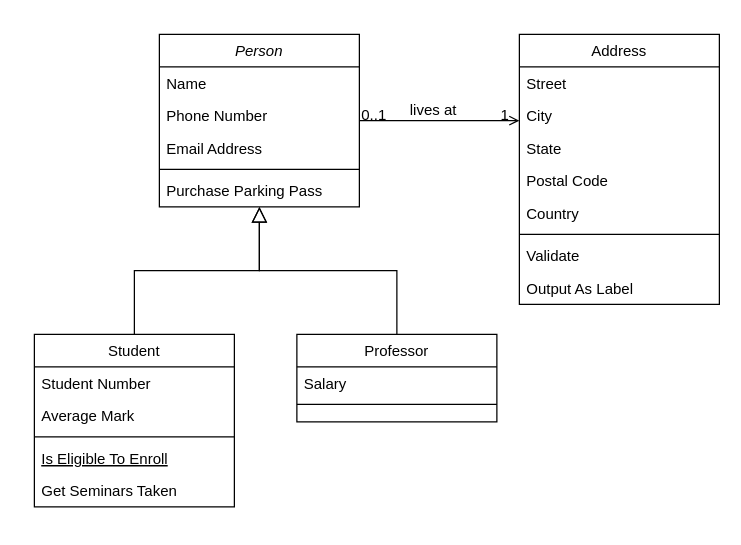
The draw.io diagram Diagrama sem nome.drawio in Emanuelly0ventura/aula-java, before the edit. Source tidied: cells renumbered, new cells numbered last; positions are measured from the earlier drawing's top-left corner, leaving out a move shared by most shapes. Both pictures are drawn from the tidied source at 125%, with x=0, y=0 at pixel (34, 34).
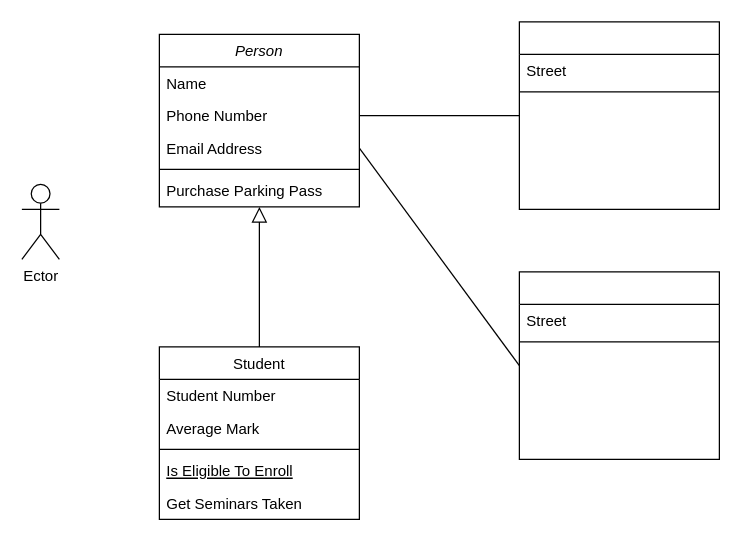
The same diagram, later.

Unchanged cells that the change refers to:
```xml
<mxCell id="2" value="Person" style="swimlane;fontStyle=2;align=center;verticalAlign=top;horizontal=1;startSize=26;rounded=0;shadow=0;strokeWidth=1;" parent="1" vertex="1">
  <mxGeometry x="100" width="160" height="138" as="geometry" />
</mxCell>
<mxCell id="4" value="Phone Number" style="text;align=left;verticalAlign=top;spacingLeft=4;spacingRight=4;overflow=hidden;points=[[0,0.5],[1,0.5]];portConstraint=eastwest;rounded=0;shadow=0;html=0;" parent="2" vertex="1">
  <mxGeometry y="52" width="160" height="26" as="geometry" />
</mxCell>
<mxCell id="5" value="Email Address" style="text;align=left;verticalAlign=top;spacingLeft=4;spacingRight=4;overflow=hidden;points=[[0,0.5],[1,0.5]];portConstraint=eastwest;rounded=0;shadow=0;html=0;" parent="2" vertex="1">
  <mxGeometry y="78" width="160" height="26" as="geometry" />
</mxCell>
```

The edit, as a diff of the source:
```diff
@@
     <mxCell id="8" value="Student" style="swimlane;fontStyle=0;align=center;verticalAlign=top;horizontal=1;startSize=26;rounded=0;shadow=0;strokeWidth=1;" parent="1" vertex="1">
-      <mxGeometry y="240" width="160" height="138" as="geometry" />
+      <mxGeometry x="100" y="250" width="160" height="138" as="geometry" />
     </mxCell>
@@
-    <mxCell id="15" value="Professor" style="swimlane;fontStyle=0;align=center;verticalAlign=top;horizontal=1;startSize=26;rounded=0;shadow=0;strokeWidth=1;" parent="1" vertex="1">
-      <mxGeometry x="210" y="240" width="160" height="70" as="geometry" />
-    </mxCell>
-    <mxCell id="16" value="Salary" style="text;align=left;verticalAlign=top;spacingLeft=4;spacingRight=4;overflow=hidden;" parent="15" vertex="1">
-      <mxGeometry y="26" width="160" height="26" as="geometry" />
-    </mxCell>
-    <mxCell id="17" style="line;html=1;strokeWidth=1;align=left;verticalAlign=middle;spacingTop=-1;spacingLeft=3;spacingRight=3;labelPosition=right;" parent="15" vertex="1">
-      <mxGeometry y="52" width="160" height="8" as="geometry" />
-    </mxCell>
-    <mxCell id="18" style="endArrow=block;endSize=10;endFill=0;shadow=0;strokeWidth=1;rounded=0;curved=0;edgeStyle=elbowEdgeStyle;elbow=vertical;" parent="1" edge="1" source="15" target="2">
-      <mxGeometry relative="1" as="geometry" />
-    </mxCell>
-    <mxCell id="19" value="Address" style="swimlane;fontStyle=0;align=center;verticalAlign=top;horizontal=1;startSize=26;rounded=0;shadow=0;strokeWidth=1;" parent="1" vertex="1">
-      <mxGeometry x="388" width="160" height="216" as="geometry" />
+    <mxCell id="19" style="swimlane;fontStyle=0;align=center;verticalAlign=top;horizontal=1;startSize=26;rounded=0;shadow=0;strokeWidth=1;" parent="1" vertex="1">
+      <mxGeometry x="388" y="-10" width="160" height="150" as="geometry" />
     </mxCell>
@@
-    <mxCell id="21" value="City" style="text;align=left;verticalAlign=top;spacingLeft=4;spacingRight=4;overflow=hidden;rounded=0;shadow=0;html=0;" parent="19" vertex="1">
-      <mxGeometry y="52" width="160" height="26" as="geometry" />
-    </mxCell>
-    <mxCell id="22" value="State" style="text;align=left;verticalAlign=top;spacingLeft=4;spacingRight=4;overflow=hidden;rounded=0;shadow=0;html=0;" parent="19" vertex="1">
-      <mxGeometry y="78" width="160" height="26" as="geometry" />
-    </mxCell>
-    <mxCell id="23" value="Postal Code" style="text;align=left;verticalAlign=top;spacingLeft=4;spacingRight=4;overflow=hidden;rounded=0;shadow=0;html=0;" parent="19" vertex="1">
-      <mxGeometry y="104" width="160" height="26" as="geometry" />
-    </mxCell>
-    <mxCell id="24" value="Country" style="text;align=left;verticalAlign=top;spacingLeft=4;spacingRight=4;overflow=hidden;rounded=0;shadow=0;html=0;" parent="19" vertex="1">
-      <mxGeometry y="130" width="160" height="26" as="geometry" />
-    </mxCell>
     <mxCell id="25" style="line;html=1;strokeWidth=1;align=left;verticalAlign=middle;spacingTop=-1;spacingLeft=3;spacingRight=3;labelPosition=right;" parent="19" vertex="1">
-      <mxGeometry y="156" width="160" height="8" as="geometry" />
+      <mxGeometry y="52" width="160" height="8" as="geometry" />
     </mxCell>
-    <mxCell id="26" value="Validate" style="text;align=left;verticalAlign=top;spacingLeft=4;spacingRight=4;overflow=hidden;" parent="19" vertex="1">
-      <mxGeometry y="164" width="160" height="26" as="geometry" />
-    </mxCell>
-    <mxCell id="27" value="Output As Label" style="text;align=left;verticalAlign=top;spacingLeft=4;spacingRight=4;overflow=hidden;" parent="19" vertex="1">
-      <mxGeometry y="190" width="160" height="26" as="geometry" />
-    </mxCell>
-    <mxCell id="28" style="endArrow=open;shadow=0;strokeWidth=1;rounded=0;curved=0;endFill=1;edgeStyle=elbowEdgeStyle;elbow=vertical;" parent="1" edge="1" source="2" target="19">
-      <mxGeometry x="0.5" y="41" relative="1" as="geometry">
-        <mxPoint x="-40" y="32" as="offset" />
-      </mxGeometry>
-    </mxCell>
-    <mxCell id="29" value="0..1" style="align=left;verticalAlign=bottom;labelBackgroundColor=none;fontSize=12;" parent="28" vertex="1">
-      <mxGeometry x="-1" relative="1" as="geometry">
-        <mxPoint y="4" as="offset" />
-      </mxGeometry>
-    </mxCell>
-    <mxCell id="30" value="1" style="align=right;verticalAlign=bottom;labelBackgroundColor=none;fontSize=12;" parent="28" vertex="1">
-      <mxGeometry x="1" relative="1" as="geometry">
-        <mxPoint x="-7" y="4" as="offset" />
-      </mxGeometry>
-    </mxCell>
-    <mxCell id="31" value="lives at" style="text;html=1;align=center;verticalAlign=middle;labelBackgroundColor=none;rounded=0;shadow=0;strokeWidth=1;fontSize=12;" parent="28" vertex="1">
-      <mxGeometry x="0.5" y="49" relative="1" as="geometry">
-        <mxPoint x="-38" y="40" as="offset" />
-      </mxGeometry>
-    </mxCell>
+    <mxCell id="32" style="swimlane;fontStyle=0;align=center;verticalAlign=top;horizontal=1;startSize=26;rounded=0;shadow=0;strokeWidth=1;" parent="1" vertex="1">
+      <mxGeometry x="388" y="190" width="160" height="150" as="geometry" />
+    </mxCell>
+    <mxCell id="33" value="Street" style="text;align=left;verticalAlign=top;spacingLeft=4;spacingRight=4;overflow=hidden;" parent="32" vertex="1">
+      <mxGeometry y="26" width="160" height="26" as="geometry" />
+    </mxCell>
+    <mxCell id="17" style="line;html=1;strokeWidth=1;align=left;verticalAlign=middle;spacingTop=-1;spacingLeft=3;spacingRight=3;labelPosition=right;" parent="32" vertex="1">
+      <mxGeometry y="52" width="160" height="8" as="geometry" />
+    </mxCell>
+    <mxCell id="34" style="endArrow=none;html=1;rounded=0;exitX=1;exitY=0.5;exitDx=0;exitDy=0;entryX=0;entryY=0.5;entryDx=0;entryDy=0;" parent="1" edge="1" source="4" target="19">
+      <mxGeometry relative="1" as="geometry" />
+    </mxCell>
+    <mxCell id="35" style="endArrow=none;html=1;rounded=0;exitX=1;exitY=0.5;exitDx=0;exitDy=0;entryX=0;entryY=0.5;entryDx=0;entryDy=0;" parent="1" edge="1" source="5" target="32">
+      <mxGeometry relative="1" as="geometry" />
+    </mxCell>
+    <mxCell id="36" value="Ector" style="shape=umlActor;verticalLabelPosition=bottom;verticalAlign=top;html=1;" parent="1" vertex="1">
+      <mxGeometry x="-10" y="120" width="30" height="60" as="geometry" />
+    </mxCell>
```
